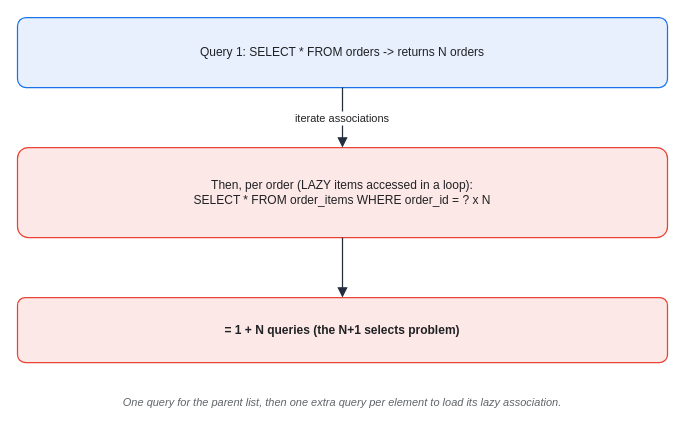
The draw.io diagram assets/img/spring/spring-19-n-plus-1.drawio in KKamJi98/kkamji98.github.io, before the edit. Source tidied: cells renumbered, new cells numbered last; positions are measured from the earlier drawing's top-left corner, leaving out a move shared by most shapes. Both pictures are drawn from the tidied source at 100%, with x=0, y=0 at pixel (17, 17).
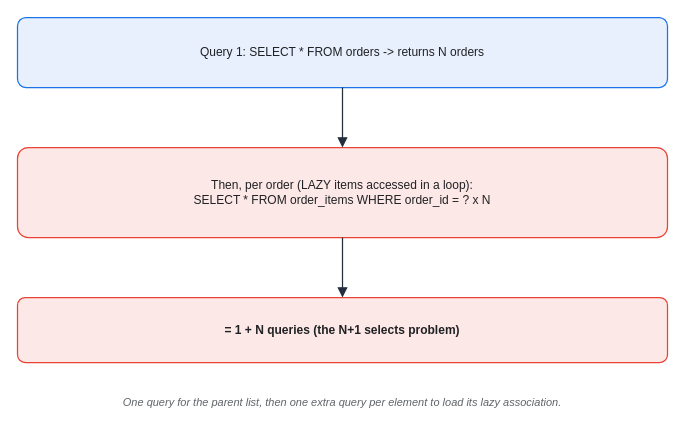
After the change.

Diff of the diagram source:
```diff
@@
 <mxGraphModel background="#FFFFFF">
   <root>
     <mxCell id="0" />
     <mxCell id="1" parent="0" />
     <mxCell id="2" value="Query 1:  SELECT * FROM orders   -&gt;   returns N orders" style="rounded=1;whiteSpace=wrap;html=0;arcSize=12;shadow=0;fillColor=#E8F0FE;strokeColor=#1A73E8;fontColor=#202124;strokeWidth=1.25;" parent="1" vertex="1">
       <mxGeometry width="650" height="70" as="geometry" />
     </mxCell>
     <mxCell id="3" value="Then, per order (LAZY items accessed in a loop):&#10;SELECT * FROM order_items WHERE order_id = ?   x N" style="rounded=1;whiteSpace=wrap;html=0;arcSize=12;shadow=0;fillColor=#FCE8E6;strokeColor=#EA4335;fontColor=#202124;strokeWidth=1.25;" parent="1" vertex="1">
       <mxGeometry y="130" width="650" height="90" as="geometry" />
     </mxCell>
     <mxCell id="4" value="= 1 + N queries  (the N+1 selects problem)" style="rounded=1;whiteSpace=wrap;html=0;arcSize=12;shadow=0;fillColor=#FCE8E6;strokeColor=#EA4335;fontColor=#202124;fontStyle=1;strokeWidth=1.25;" parent="1" vertex="1">
       <mxGeometry y="280" width="650" height="65" as="geometry" />
     </mxCell>
-    <mxCell id="5" value="iterate associations" style="edgeStyle=orthogonalEdgeStyle;rounded=1;html=0;endArrow=block;strokeColor=#232F3E;fontColor=#202124;labelBackgroundColor=#FFFFFF;strokeWidth=1.25;endSize=7;" parent="1" edge="1" source="2" target="3">
+    <mxCell id="5" style="edgeStyle=orthogonalEdgeStyle;rounded=1;html=0;endArrow=block;strokeColor=#232F3E;fontColor=#202124;labelBackgroundColor=none;strokeWidth=1.25;endSize=7;" parent="1" edge="1" source="2" target="3">
       <mxGeometry relative="1" as="geometry" />
     </mxCell>
     <mxCell id="6" style="edgeStyle=orthogonalEdgeStyle;rounded=1;html=0;endArrow=block;strokeColor=#232F3E;strokeWidth=1.25;endSize=7;fontColor=#202124;" parent="1" edge="1" source="3" target="4">
       <mxGeometry relative="1" as="geometry" />
     </mxCell>
     <mxCell id="7" value="One query for the parent list, then one extra query per element to load its lazy association." style="text;html=0;align=center;verticalAlign=middle;whiteSpace=wrap;fontSize=11;fontColor=#5F6368;fontStyle=2;" parent="1" vertex="1">
       <mxGeometry y="370" width="650" height="30" as="geometry" />
     </mxCell>
   </root>
 </mxGraphModel>
```
